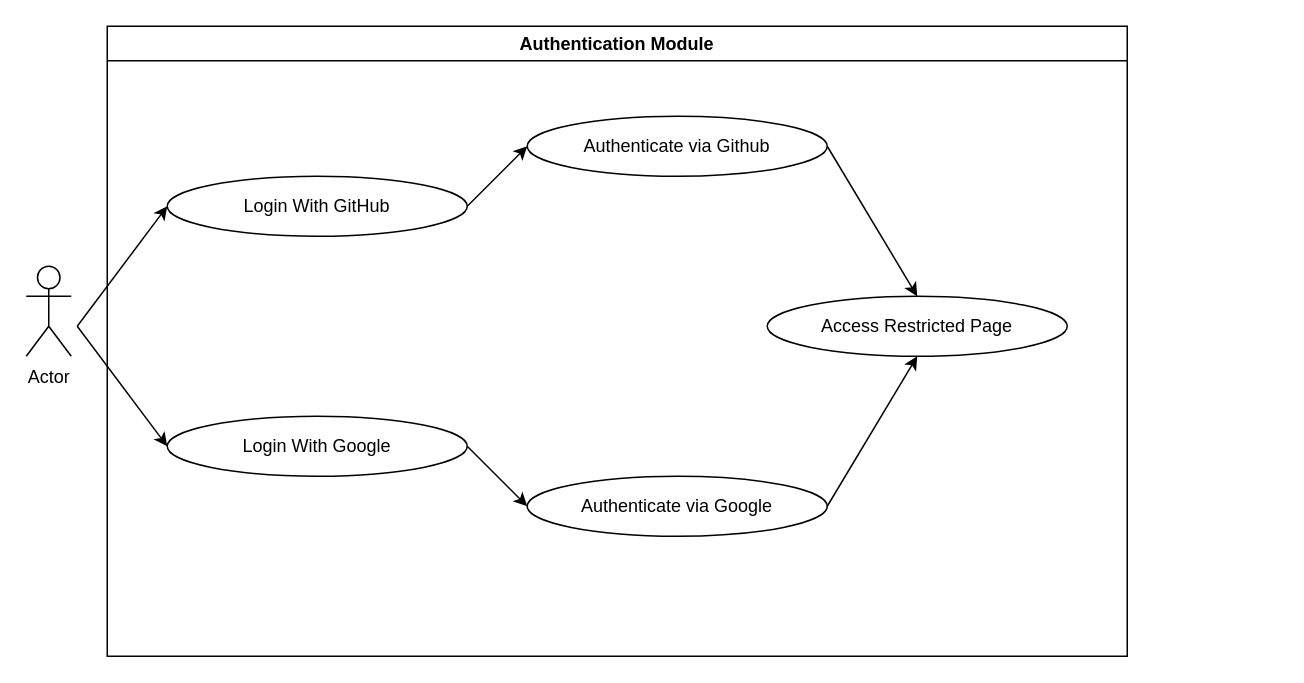
The draw.io diagram Auth Module UseCase.drawio in Harshul1484/BMP-, before the edit. Source tidied: cells renumbered, new cells numbered last; positions are measured from the earlier drawing's top-left corner, leaving out a move shared by most shapes. Both pictures are drawn from the tidied source at 150%, with x=0, y=0 at pixel (26, 26).
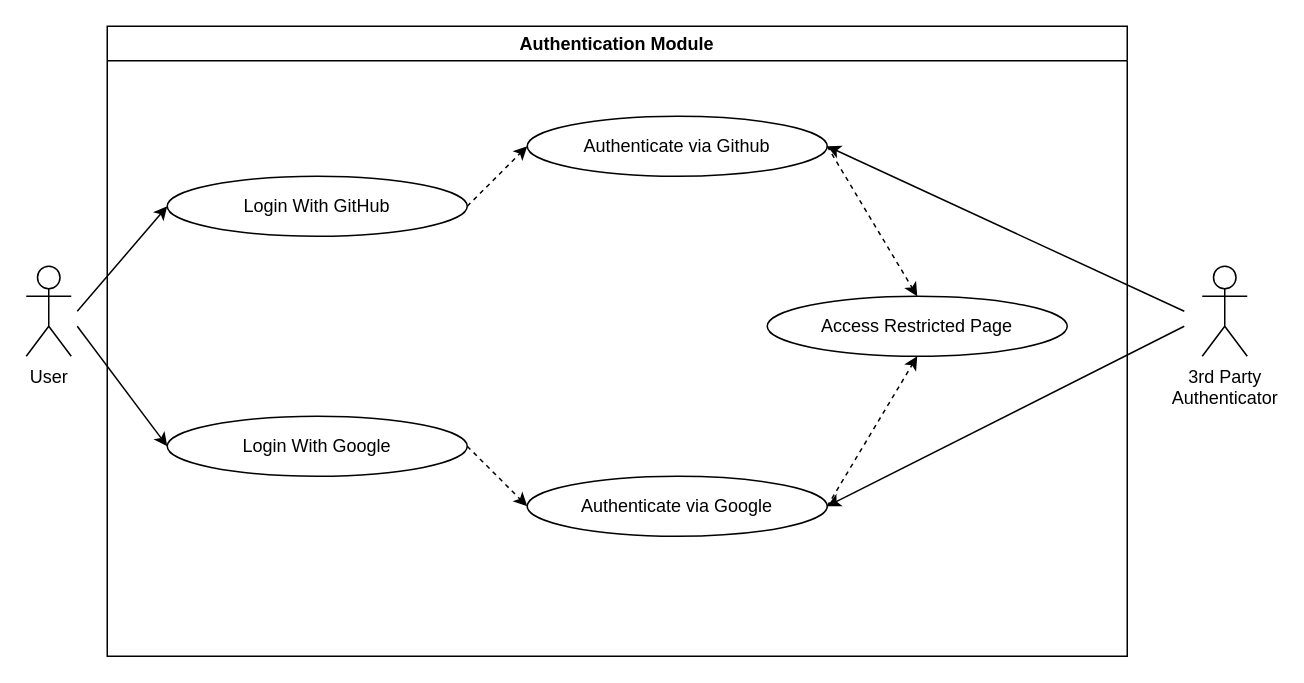
The same diagram, later.

The change refers to these unchanged cells:
```xml
<mxCell id="2" value="Authentication Module" style="swimlane;whiteSpace=wrap;html=1;" parent="1" vertex="1">
  <mxGeometry x="54" width="680" height="420" as="geometry" />
</mxCell>
<mxCell id="3" value="Login With GitHub" style="ellipse;whiteSpace=wrap;html=1;" parent="2" vertex="1">
  <mxGeometry x="40" y="100" width="200" height="40" as="geometry" />
</mxCell>
<mxCell id="4" value="Login With Google" style="ellipse;whiteSpace=wrap;html=1;" parent="2" vertex="1">
  <mxGeometry x="40" y="260" width="200" height="40" as="geometry" />
</mxCell>
<mxCell id="5" value="Authenticate via Github" style="ellipse;whiteSpace=wrap;html=1;" parent="2" vertex="1">
  <mxGeometry x="280" y="60" width="200" height="40" as="geometry" />
</mxCell>
<mxCell id="6" value="Authenticate via Google" style="ellipse;whiteSpace=wrap;html=1;" parent="2" vertex="1">
  <mxGeometry x="280" y="300" width="200" height="40" as="geometry" />
</mxCell>
<mxCell id="7" value="Access Restricted Page" style="ellipse;whiteSpace=wrap;html=1;" parent="2" vertex="1">
  <mxGeometry x="440" y="180" width="200" height="40" as="geometry" />
</mxCell>
```

What changed in the source:
```diff
@@
     <mxCell id="8" style="endArrow=classic;html=1;rounded=0;entryX=0;entryY=0.5;entryDx=0;entryDy=0;" parent="2" edge="1" target="3">
       <mxGeometry relative="1" as="geometry">
-        <mxPoint x="-20" y="200" as="sourcePoint" />
+        <mxPoint x="-20" y="190" as="sourcePoint" />
       </mxGeometry>
     </mxCell>
-    <mxCell id="9" style="endArrow=classic;html=1;rounded=0;exitX=1;exitY=0.5;exitDx=0;exitDy=0;entryX=0;entryY=0.5;entryDx=0;entryDy=0;" parent="2" edge="1" source="3" target="5">
+    <mxCell id="9" style="endArrow=classic;html=1;rounded=0;exitX=1;exitY=0.5;exitDx=0;exitDy=0;entryX=0;entryY=0.5;entryDx=0;entryDy=0;dashed=1;" parent="2" edge="1" source="3" target="5">
       <mxGeometry relative="1" as="geometry" />
     </mxCell>
-    <mxCell id="10" style="endArrow=classic;html=1;rounded=0;exitX=1;exitY=0.5;exitDx=0;exitDy=0;entryX=0;entryY=0.5;entryDx=0;entryDy=0;" parent="2" edge="1" source="4" target="6">
+    <mxCell id="10" style="endArrow=classic;html=1;rounded=0;exitX=1;exitY=0.5;exitDx=0;exitDy=0;entryX=0;entryY=0.5;entryDx=0;entryDy=0;dashed=1;" parent="2" edge="1" source="4" target="6">
       <mxGeometry relative="1" as="geometry" />
     </mxCell>
-    <mxCell id="11" style="endArrow=classic;html=1;rounded=0;exitX=1;exitY=0.5;exitDx=0;exitDy=0;entryX=0.5;entryY=0;entryDx=0;entryDy=0;" parent="2" edge="1" source="5" target="7">
+    <mxCell id="11" style="endArrow=classic;html=1;rounded=0;exitX=1;exitY=0.5;exitDx=0;exitDy=0;entryX=0.5;entryY=0;entryDx=0;entryDy=0;dashed=1;" parent="2" edge="1" source="5" target="7">
       <mxGeometry relative="1" as="geometry" />
     </mxCell>
-    <mxCell id="12" style="endArrow=classic;html=1;rounded=0;exitX=1;exitY=0.5;exitDx=0;exitDy=0;entryX=0.5;entryY=1;entryDx=0;entryDy=0;" parent="2" edge="1" source="6" target="7">
+    <mxCell id="12" style="endArrow=classic;html=1;rounded=0;exitX=1;exitY=0.5;exitDx=0;exitDy=0;entryX=0.5;entryY=1;entryDx=0;entryDy=0;dashed=1;" parent="2" edge="1" source="6" target="7">
       <mxGeometry relative="1" as="geometry" />
     </mxCell>
-    <mxCell id="13" value="Actor" style="shape=umlActor;verticalLabelPosition=bottom;verticalAlign=top;html=1;" parent="1" vertex="1">
+    <mxCell id="13" value="User" style="shape=umlActor;verticalLabelPosition=bottom;verticalAlign=top;html=1;" parent="1" vertex="1">
       <mxGeometry y="160" width="30" height="60" as="geometry" />
     </mxCell>
@@
+    <mxCell id="15" value="3rd Party &lt;br&gt;Authenticator" style="shape=umlActor;verticalLabelPosition=bottom;verticalAlign=top;html=1;" parent="1" vertex="1">
+      <mxGeometry x="784" y="160" width="30" height="60" as="geometry" />
+    </mxCell>
+    <mxCell id="16" style="endArrow=classic;html=1;rounded=0;entryX=1;entryY=0.5;entryDx=0;entryDy=0;" parent="1" edge="1" target="5">
+      <mxGeometry relative="1" as="geometry">
+        <mxPoint x="772" y="190" as="sourcePoint" />
+      </mxGeometry>
+    </mxCell>
+    <mxCell id="17" style="endArrow=classic;html=1;rounded=0;entryX=1;entryY=0.5;entryDx=0;entryDy=0;" parent="1" edge="1" target="6">
+      <mxGeometry relative="1" as="geometry">
+        <mxPoint x="772" y="200" as="sourcePoint" />
+      </mxGeometry>
+    </mxCell>
```
